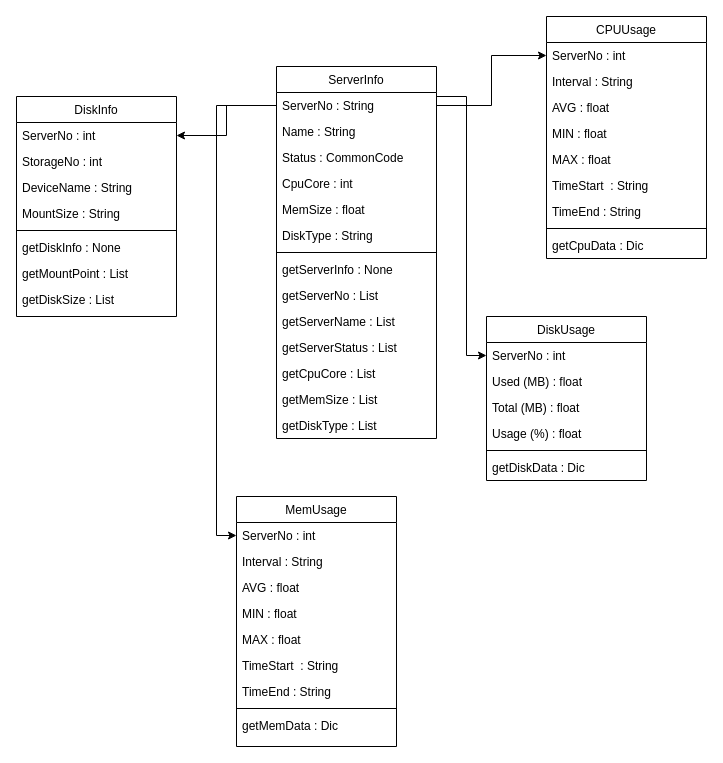
The draw.io diagram page "Page-1" (1 of 2) of 제목 없는 다이어그램.drawio in duathcys/-ToDo, before the edit. Source tidied: cells renumbered, new cells numbered last; positions are measured from the earlier drawing's top-left corner, leaving out a move shared by most shapes. Both pictures are drawn from the tidied source at 100%, with x=0, y=0 at pixel (16, 16).
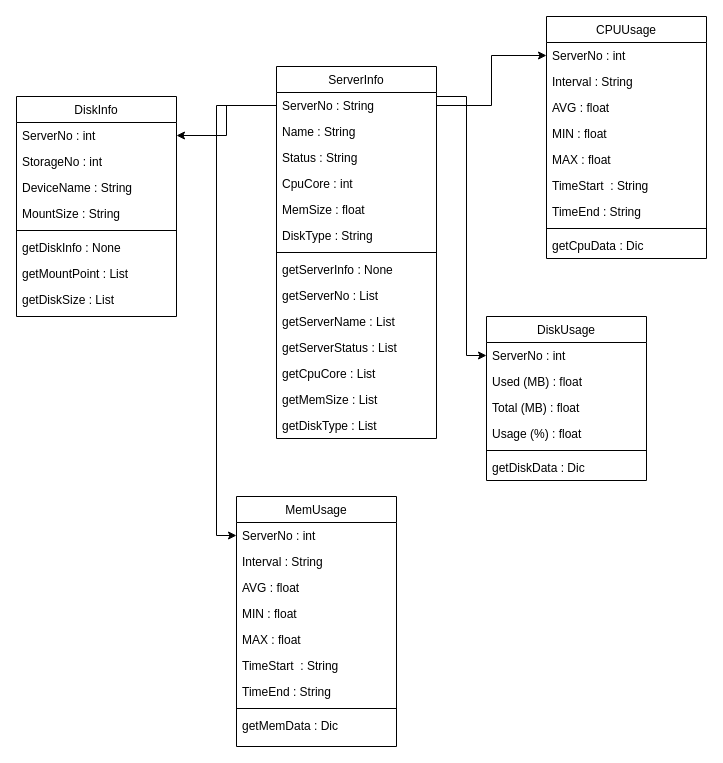
The same page after the edit.

Commit message:
제목 없는 다이어그램.drawio 업데이트

Unchanged cells that the change refers to:
```xml
<mxCell id="2" value="ServerInfo" style="swimlane;fontStyle=0;align=center;verticalAlign=top;horizontal=1;startSize=26;rounded=0;shadow=0;strokeWidth=1;labelBackgroundColor=none;" parent="1" vertex="1">
  <mxGeometry x="260" y="50" width="160" height="372" as="geometry" />
</mxCell>
```

The edit, as a diff of the source:
```diff
@@
-    <mxCell id="5" value="Status : CommonCode" style="text;align=left;verticalAlign=top;spacingLeft=4;spacingRight=4;overflow=hidden;rounded=0;shadow=0;html=0;labelBackgroundColor=none;" parent="2" vertex="1">
+    <mxCell id="5" value="Status : String" style="text;align=left;verticalAlign=top;spacingLeft=4;spacingRight=4;overflow=hidden;rounded=0;shadow=0;html=0;labelBackgroundColor=none;" parent="2" vertex="1">
       <mxGeometry y="78" width="160" height="26" as="geometry" />
     </mxCell>
```
